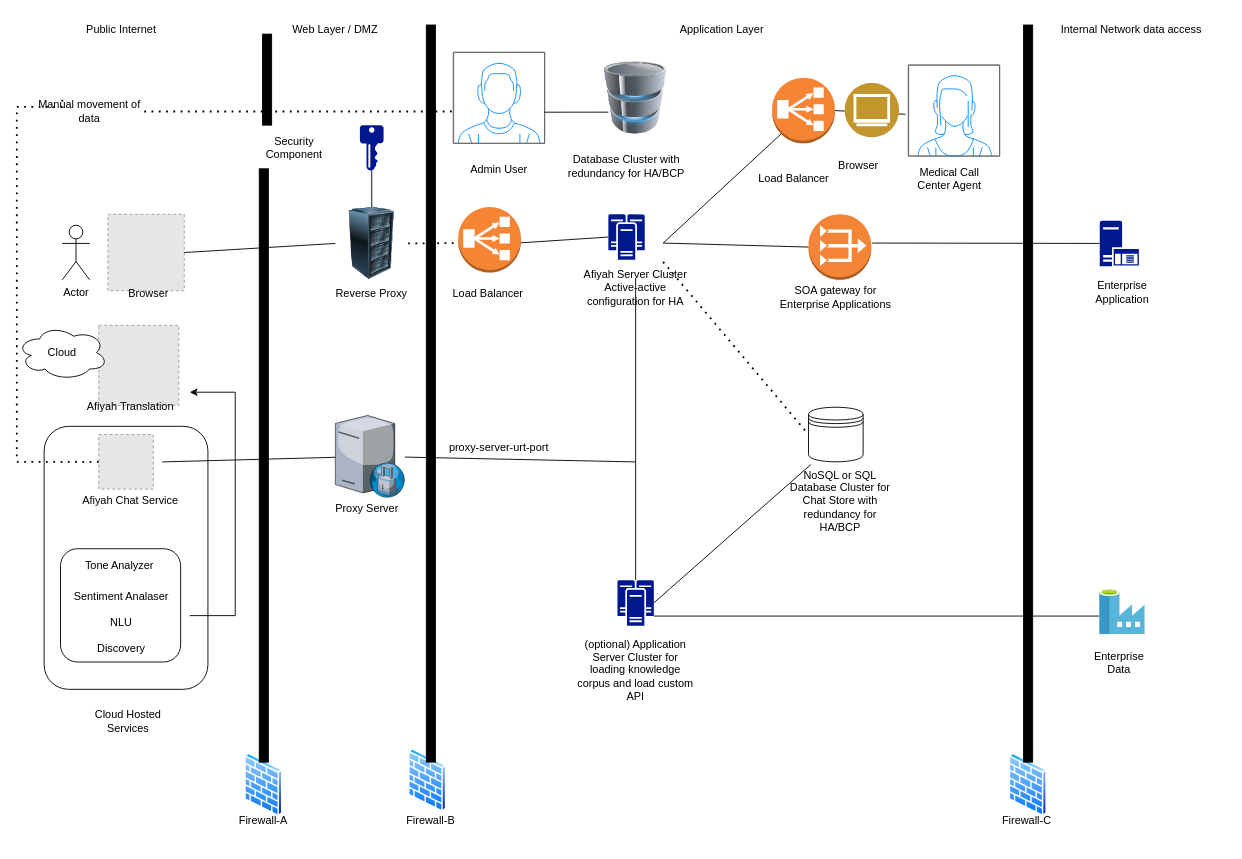
Above: page "Deployement Diagram" (1 of 2) of Untitled Diagram.drawio in SoftwareWarrior/draw.io (draw.io), before the change. Source tidied: cells renumbered, new cells numbered last; positions are measured from the earlier drawing's top-left corner, leaving out a move shared by most shapes. Both pictures are drawn from the tidied source at 91%, with x=0, y=0 at pixel (16, 15). Pictures stored in the file or linked from it are replaced by grey dashed boxes.
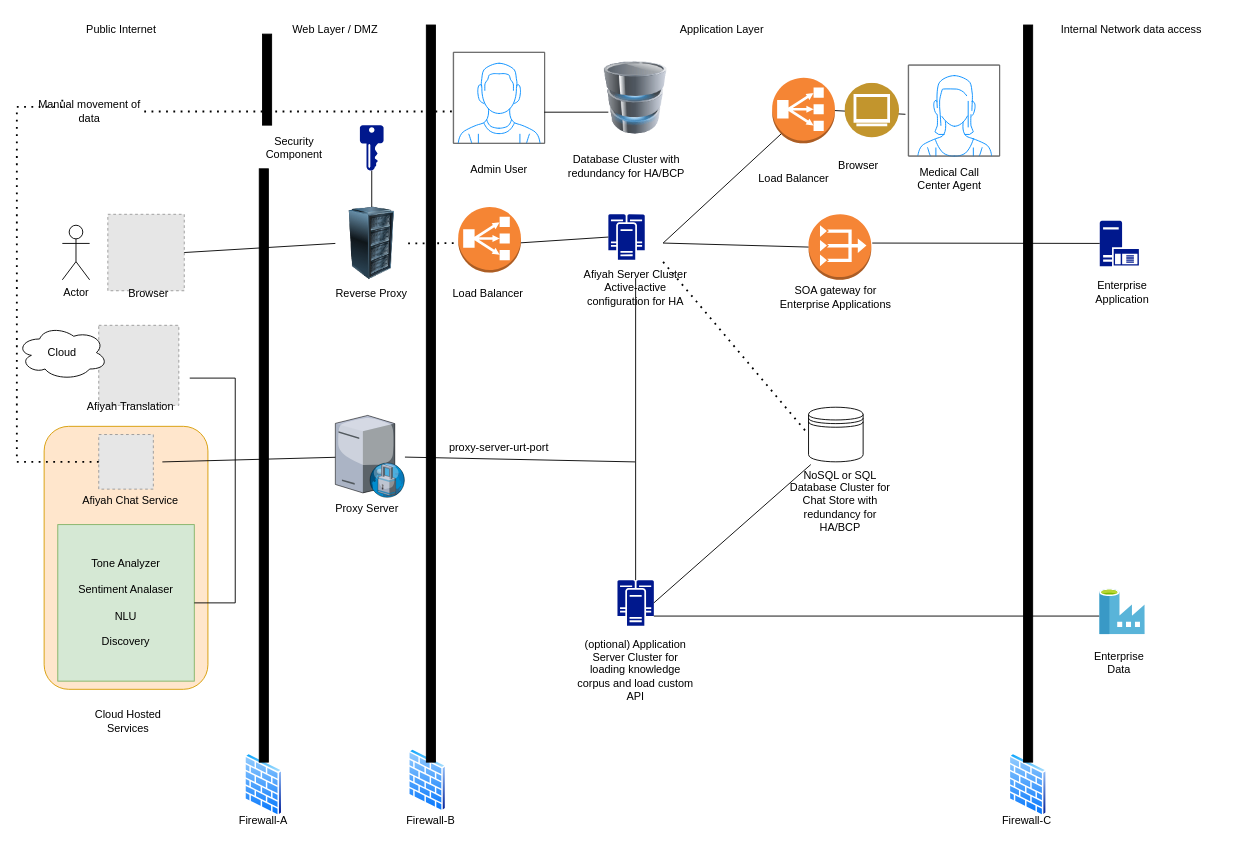
Above is the later version.

Unchanged cells that the change refers to:
```xml
<mxCell id="47" value="Afiyah Translation" style="text;html=1;strokeColor=none;fillColor=none;align=center;verticalAlign=middle;whiteSpace=wrap;rounded=0;" parent="1" vertex="1">
  <mxGeometry x="60" y="398" width="130" height="62" as="geometry" />
</mxCell>
```

The edit, as a diff of the source:
```diff
@@
-    <mxCell id="2" style="rounded=1;whiteSpace=wrap;html=1;" parent="1" vertex="1">
+    <mxCell id="2" style="rounded=1;whiteSpace=wrap;html=1;fillColor=#ffe6cc;strokeColor=#d79b00;" parent="1" vertex="1">
       <mxGeometry x="30" y="451" width="180" height="289" as="geometry" />
     </mxCell>
-    <mxCell id="3" style="rounded=1;whiteSpace=wrap;html=1;" parent="1" vertex="1">
-      <mxGeometry x="48" y="585.5" width="132" height="124.5" as="geometry" />
-    </mxCell>
@@
-    <mxCell id="43" value="(optional) Application Server Cluster for loading knowledge corpus and load custom API" style="text;html=1;strokeColor=none;fillColor=none;align=center;verticalAlign=middle;whiteSpace=wrap;rounded=0;" parent="1" vertex="1">
+    <mxCell id="43" value="(optional) Application Server Cluster for loading knowledge corpus and load custom API" style="text;html=1;align=center;verticalAlign=middle;whiteSpace=wrap;rounded=0;" parent="1" vertex="1">
       <mxGeometry x="615" y="688" width="130" height="62" as="geometry" />
     </mxCell>
@@
-    <mxCell id="45" style="edgeStyle=orthogonalEdgeStyle;rounded=0;jettySize=auto;html=1;exitX=1;exitY=0.5;exitDx=0;exitDy=0;entryX=1;entryY=0.25;entryDx=0;entryDy=0;" parent="1" edge="1" source="49" target="47">
-      <mxGeometry relative="1" as="geometry">
-        <Array as="points">
-          <mxPoint x="240" y="659" />
-          <mxPoint x="240" y="413" />
-        </Array>
-      </mxGeometry>
-    </mxCell>
@@
-    <mxCell id="48" value="Tone Analyzer" style="text;html=1;strokeColor=none;fillColor=none;align=center;verticalAlign=middle;whiteSpace=wrap;rounded=0;" parent="1" vertex="1">
-      <mxGeometry x="48" y="573" width="130" height="62" as="geometry" />
-    </mxCell>
-    <mxCell id="49" value="&lt;br&gt;Sentiment Analaser&lt;br&gt;&lt;br&gt;NLU&lt;br&gt;&lt;br&gt;Discovery" style="text;html=1;strokeColor=none;fillColor=none;align=center;verticalAlign=middle;whiteSpace=wrap;rounded=0;" parent="1" vertex="1">
-      <mxGeometry x="40" y="573" width="150" height="172" as="geometry" />
+    <mxCell id="49" value="Tone Analyzer&lt;br&gt;&lt;br&gt;Sentiment Analaser&lt;br&gt;&lt;br&gt;NLU&lt;br&gt;&lt;br&gt;Discovery" style="text;html=1;strokeColor=#82b366;fillColor=#d5e8d4;align=center;verticalAlign=middle;whiteSpace=wrap;rounded=0;" parent="1" vertex="1">
+      <mxGeometry x="45" y="559" width="150" height="172" as="geometry" />
     </mxCell>
@@
+    <mxCell id="45" style="endArrow=none;html=1;rounded=0;entryX=1;entryY=0;entryDx=0;entryDy=0;exitX=1;exitY=0.5;exitDx=0;exitDy=0;edgeStyle=orthogonalEdgeStyle;" parent="1" edge="1" source="49" target="47">
+      <mxGeometry relative="1" as="geometry">
+        <Array as="points">
+          <mxPoint x="240" y="645" />
+          <mxPoint x="240" y="398" />
+        </Array>
+      </mxGeometry>
+    </mxCell>
```
